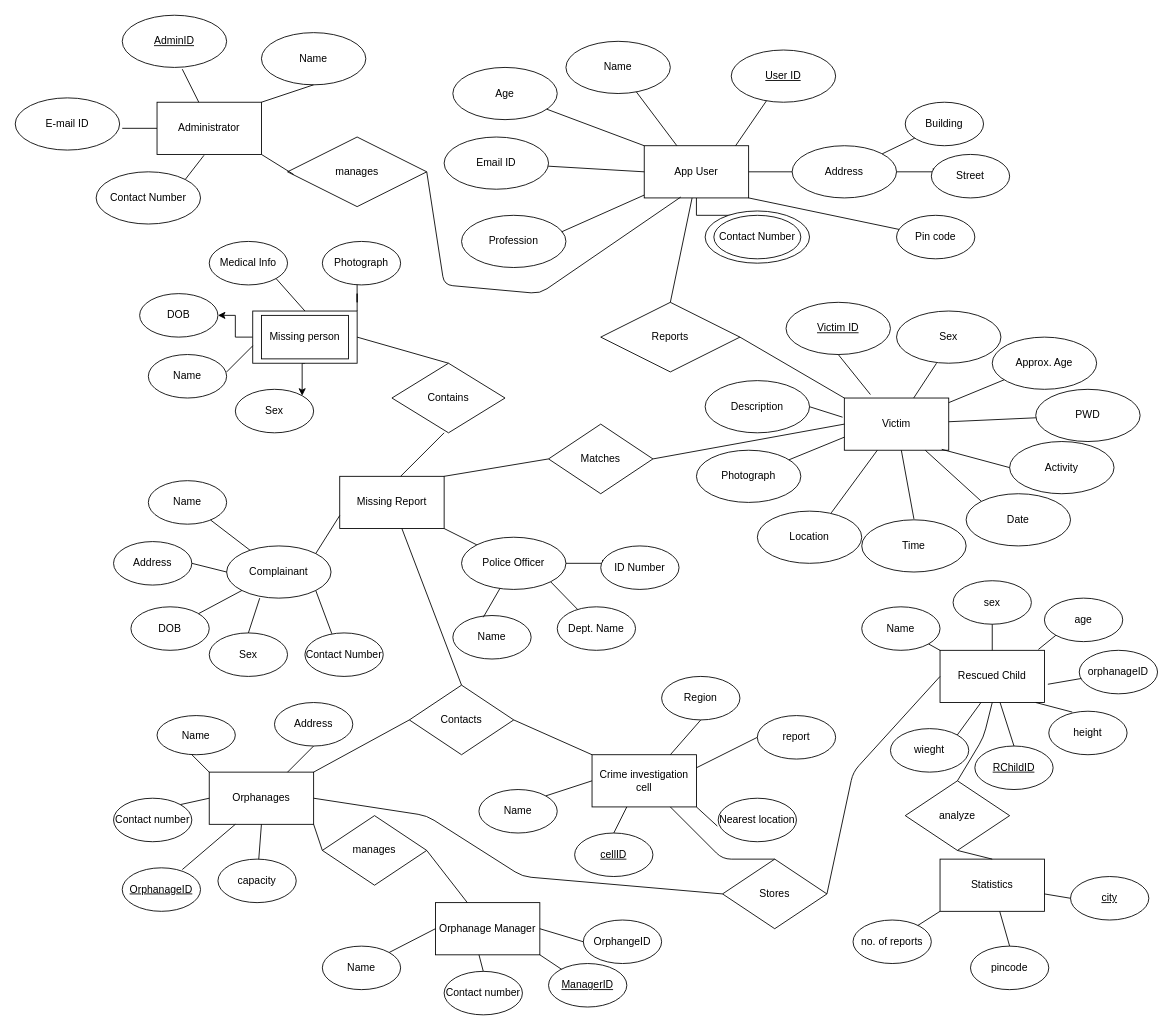
The draw.io diagram Untitled Diagram.drawio in bhargavisandur/QGIS, before the edit. Source tidied: cells renumbered, new cells numbered last; positions are measured from the earlier drawing's top-left corner, leaving out a move shared by most shapes. Both pictures are drawn from the tidied source at 87%, with x=0, y=0 at pixel (15, 15).
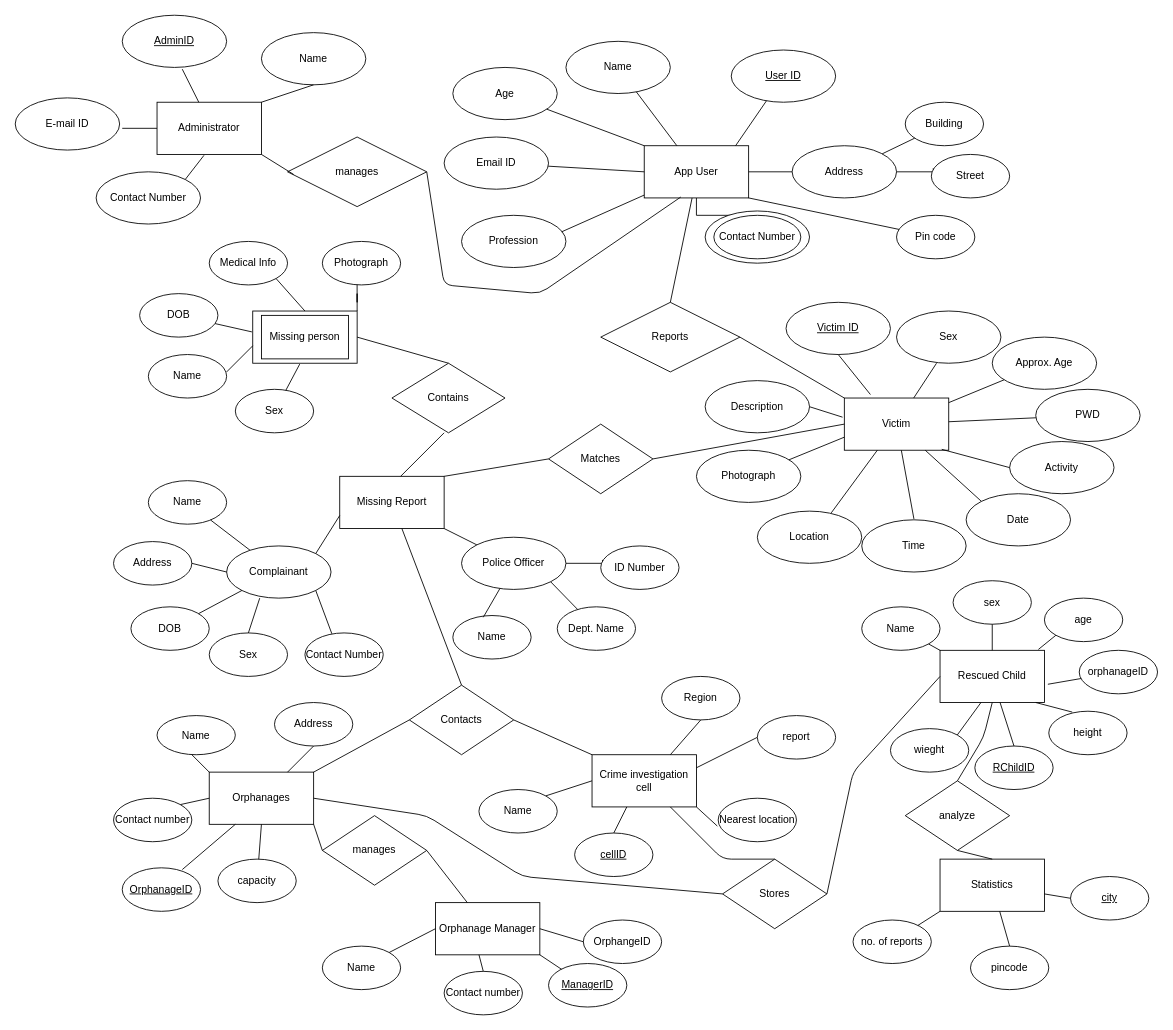
The same diagram, later.

The change refers to these unchanged cells:
```xml
<mxCell id="35" value="DOB" style="ellipse;whiteSpace=wrap;html=1;" parent="1" vertex="1">
  <mxGeometry x="143" y="320" width="90" height="50" as="geometry" />
</mxCell>
<mxCell id="39" value="Missing person" style="rounded=0;whiteSpace=wrap;html=1;" parent="1" vertex="1">
  <mxGeometry x="273" y="340" width="120" height="60" as="geometry" />
</mxCell>
<mxCell id="41" value="Sex" style="ellipse;whiteSpace=wrap;html=1;" parent="1" vertex="1">
  <mxGeometry x="253" y="430" width="90" height="50" as="geometry" />
</mxCell>
```

Change to the diagram source:
```diff
@@
-    <mxCell id="37" style="edgeStyle=orthogonalEdgeStyle;rounded=0;jettySize=auto;html=1;exitX=0.5;exitY=1;exitDx=0;exitDy=0;entryX=1;entryY=0;entryDx=0;entryDy=0;" parent="1" edge="1" source="39" target="41">
-      <mxGeometry relative="1" as="geometry" />
-    </mxCell>
-    <mxCell id="38" style="edgeStyle=orthogonalEdgeStyle;rounded=0;jettySize=auto;html=1;" parent="1" edge="1" source="39" target="35">
-      <mxGeometry relative="1" as="geometry" />
-    </mxCell>
@@
+    <mxCell id="167" style="endArrow=none;html=1;entryX=-0.008;entryY=0.4;entryDx=0;entryDy=0;entryPerimeter=0;" parent="1" edge="1" source="35" target="39">
+      <mxGeometry relative="1" as="geometry" />
+    </mxCell>
+    <mxCell id="168" style="endArrow=none;html=1;entryX=0.45;entryY=1.017;entryDx=0;entryDy=0;entryPerimeter=0;" parent="1" edge="1" source="41" target="39">
+      <mxGeometry relative="1" as="geometry" />
+    </mxCell>
```
